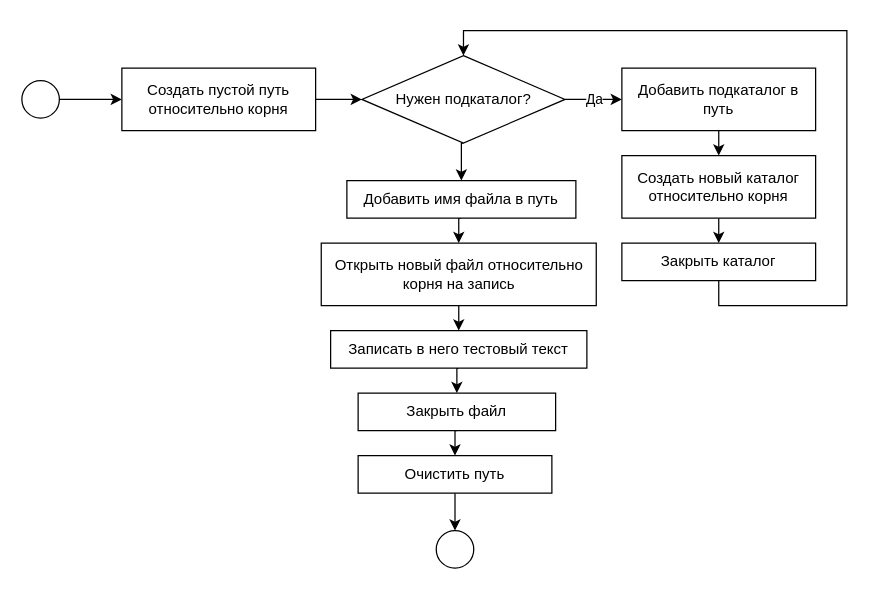
Above: FsFuzzTestIII.drawio in stokescat/kursach (draw.io), before the change. Source tidied: cells renumbered, new cells numbered last; positions are measured from the earlier drawing's top-left corner, leaving out a move shared by most shapes. Both pictures are drawn from the tidied source at 125%, with x=0, y=0 at pixel (21, 30).
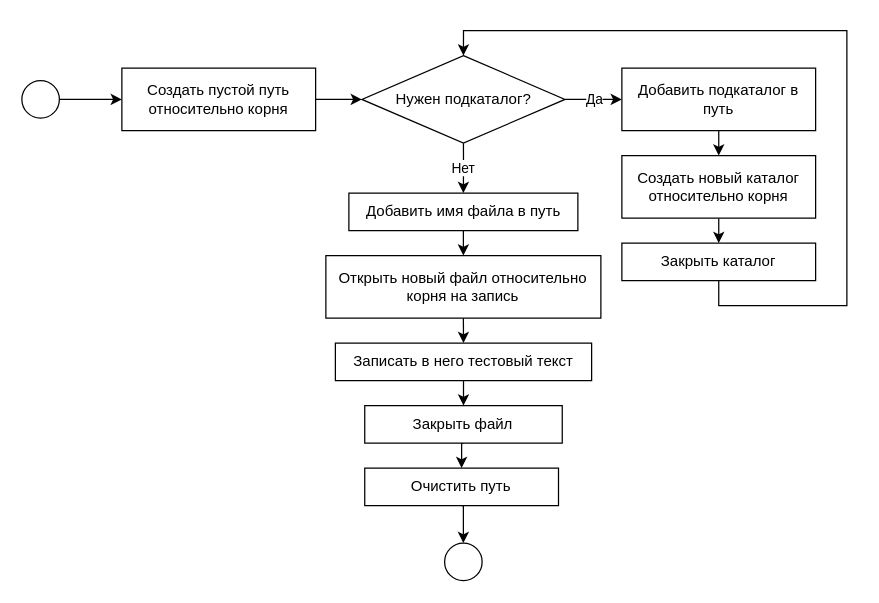
The same diagram, later.

The change refers to these unchanged cells:
```xml
<mxCell id="8" value="Нужен подкаталог?" style="rhombus;whiteSpace=wrap;html=1;" parent="1" vertex="1">
  <mxGeometry x="272" y="20" width="162.5" height="70" as="geometry" />
</mxCell>
```

The edit, as a diff of the source:
```diff
@@
-    <mxCell id="7" style="edgeStyle=orthogonalEdgeStyle;rounded=0;jettySize=auto;html=1;exitX=0.5;exitY=1;exitDx=0;exitDy=0;entryX=0.5;entryY=0;entryDx=0;entryDy=0;" parent="1" edge="1" source="8" target="16">
+    <mxCell id="7" value="Нет" style="edgeStyle=orthogonalEdgeStyle;rounded=0;jettySize=auto;html=1;exitX=0.5;exitY=1;exitDx=0;exitDy=0;entryX=0.5;entryY=0;entryDx=0;entryDy=0;" parent="1" edge="1" source="8" target="16">
       <mxGeometry relative="1" as="geometry" />
     </mxCell>
@@
     <mxCell id="16" value="Добавить имя файла в путь" style="rounded=0;whiteSpace=wrap;html=1;spacingLeft=2;spacingRight=2;" parent="1" vertex="1">
-      <mxGeometry x="260" y="120" width="183.2" height="30" as="geometry" />
+      <mxGeometry x="261.6" y="130" width="183.2" height="30" as="geometry" />
     </mxCell>
@@
     <mxCell id="18" value="Открыть новый файл относительно корня на запись" style="rounded=0;whiteSpace=wrap;html=1;spacingLeft=2;spacingRight=2;" parent="1" vertex="1">
-      <mxGeometry x="239.5" y="170" width="220" height="50" as="geometry" />
+      <mxGeometry x="243.2" y="180" width="220" height="50" as="geometry" />
     </mxCell>
@@
     <mxCell id="20" value="Записать в него тестовый текст" style="rounded=0;whiteSpace=wrap;html=1;" parent="1" vertex="1">
-      <mxGeometry x="247" y="240" width="205" height="30" as="geometry" />
+      <mxGeometry x="250.8" y="250" width="205" height="30" as="geometry" />
     </mxCell>
@@
     <mxCell id="22" value="Закрыть файл" style="rounded=0;whiteSpace=wrap;html=1;" parent="1" vertex="1">
-      <mxGeometry x="269" y="290" width="158" height="30" as="geometry" />
+      <mxGeometry x="274.3" y="300" width="158" height="30" as="geometry" />
     </mxCell>
@@
     <mxCell id="24" value="Очистить путь" style="rounded=0;whiteSpace=wrap;html=1;" parent="1" vertex="1">
-      <mxGeometry x="269" y="340" width="155" height="30" as="geometry" />
+      <mxGeometry x="274.3" y="350" width="155" height="30" as="geometry" />
     </mxCell>
     <mxCell id="25" style="ellipse;whiteSpace=wrap;html=1;" parent="1" vertex="1">
-      <mxGeometry x="331.5" y="400" width="30" height="30" as="geometry" />
+      <mxGeometry x="338.2" y="410" width="30" height="30" as="geometry" />
     </mxCell>
```
